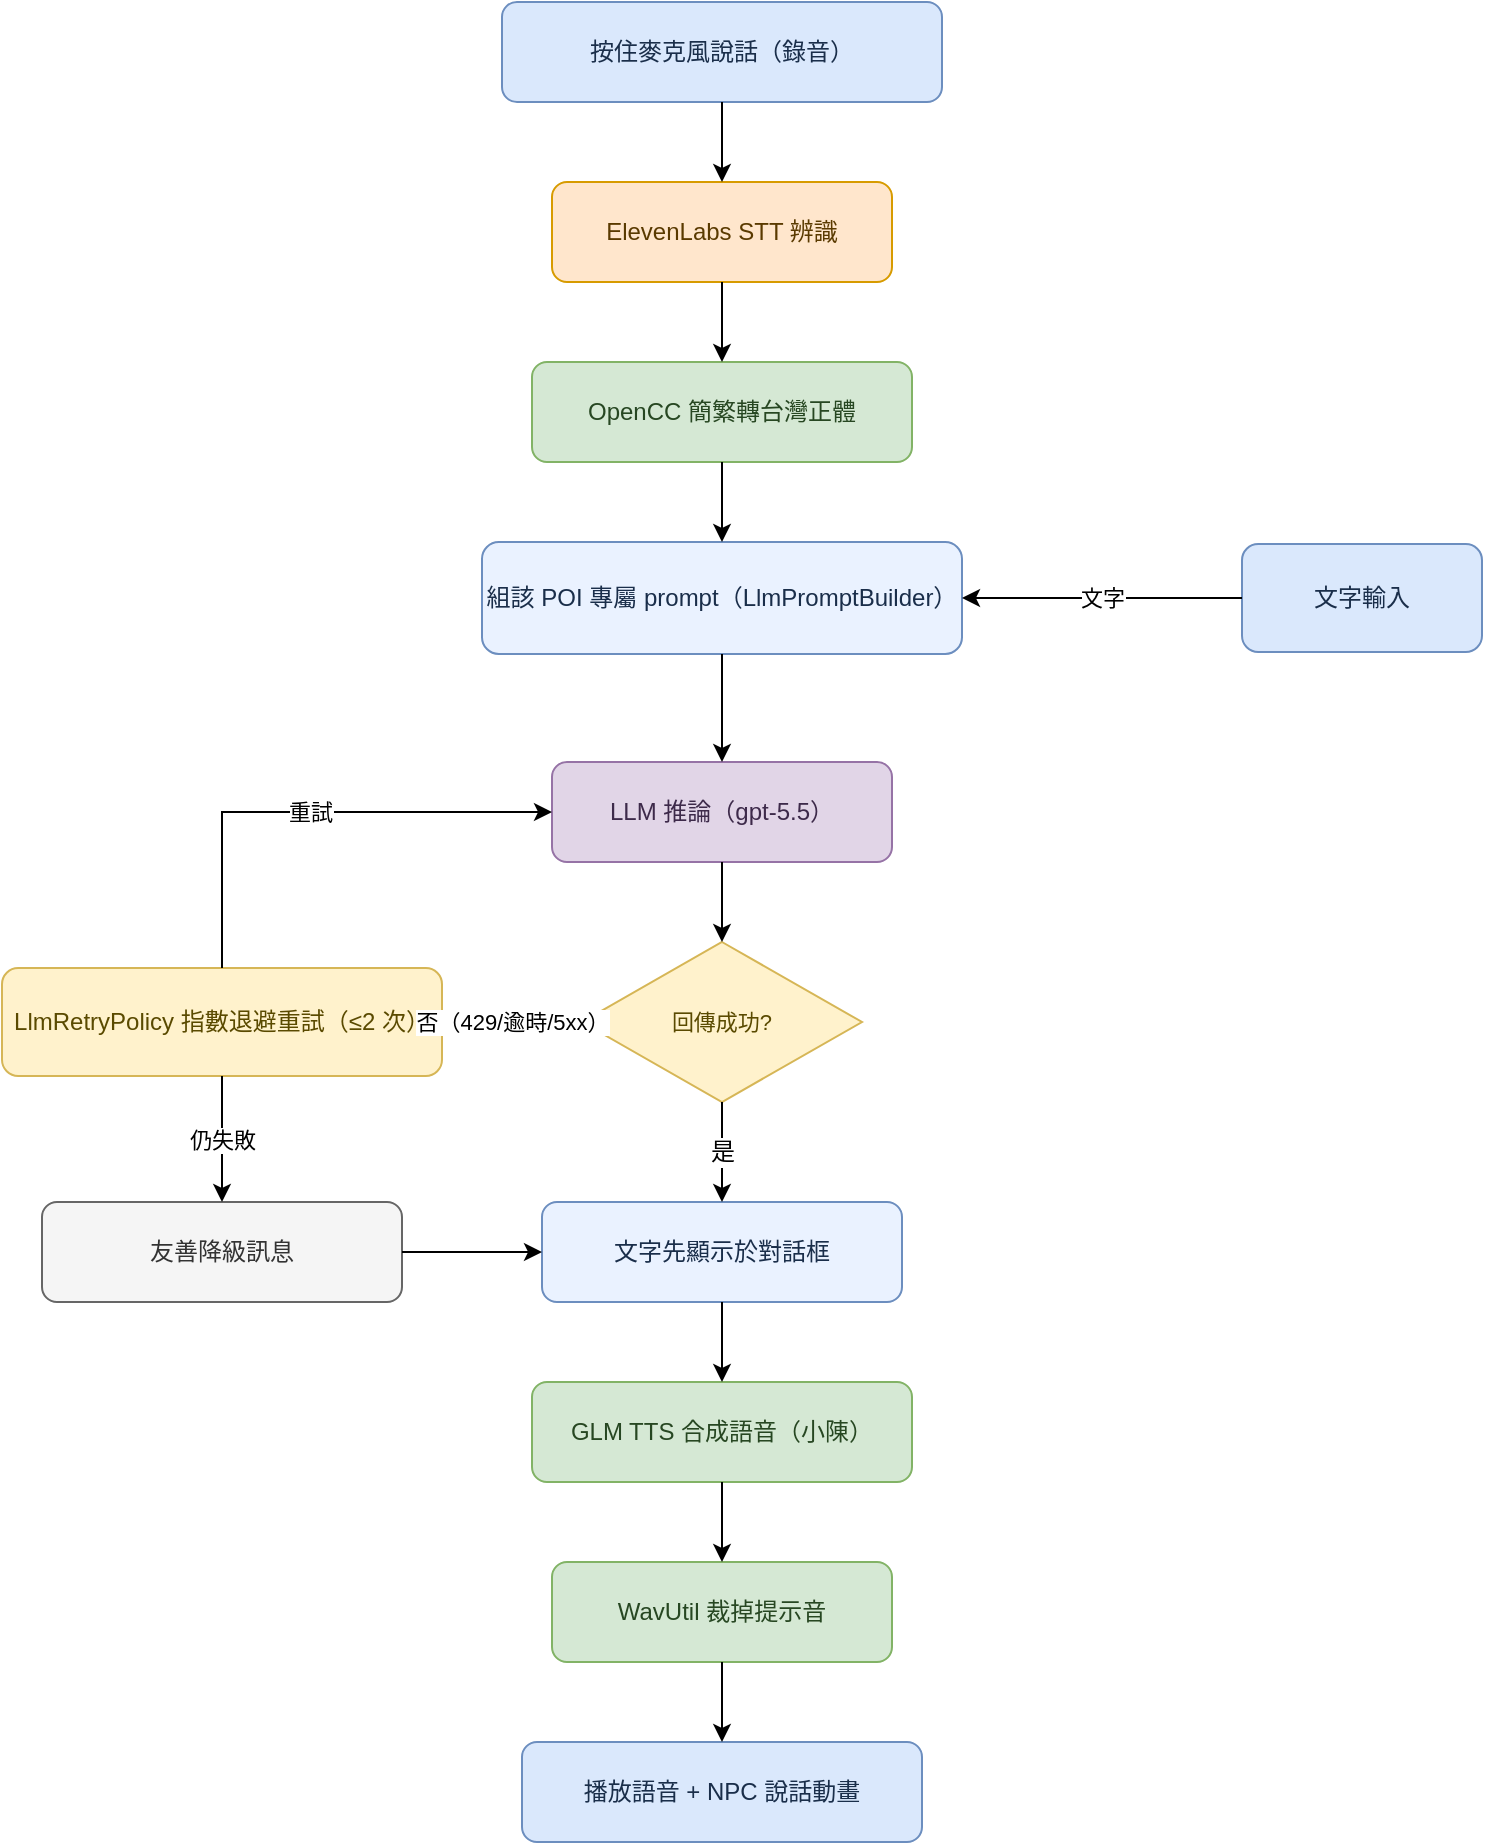
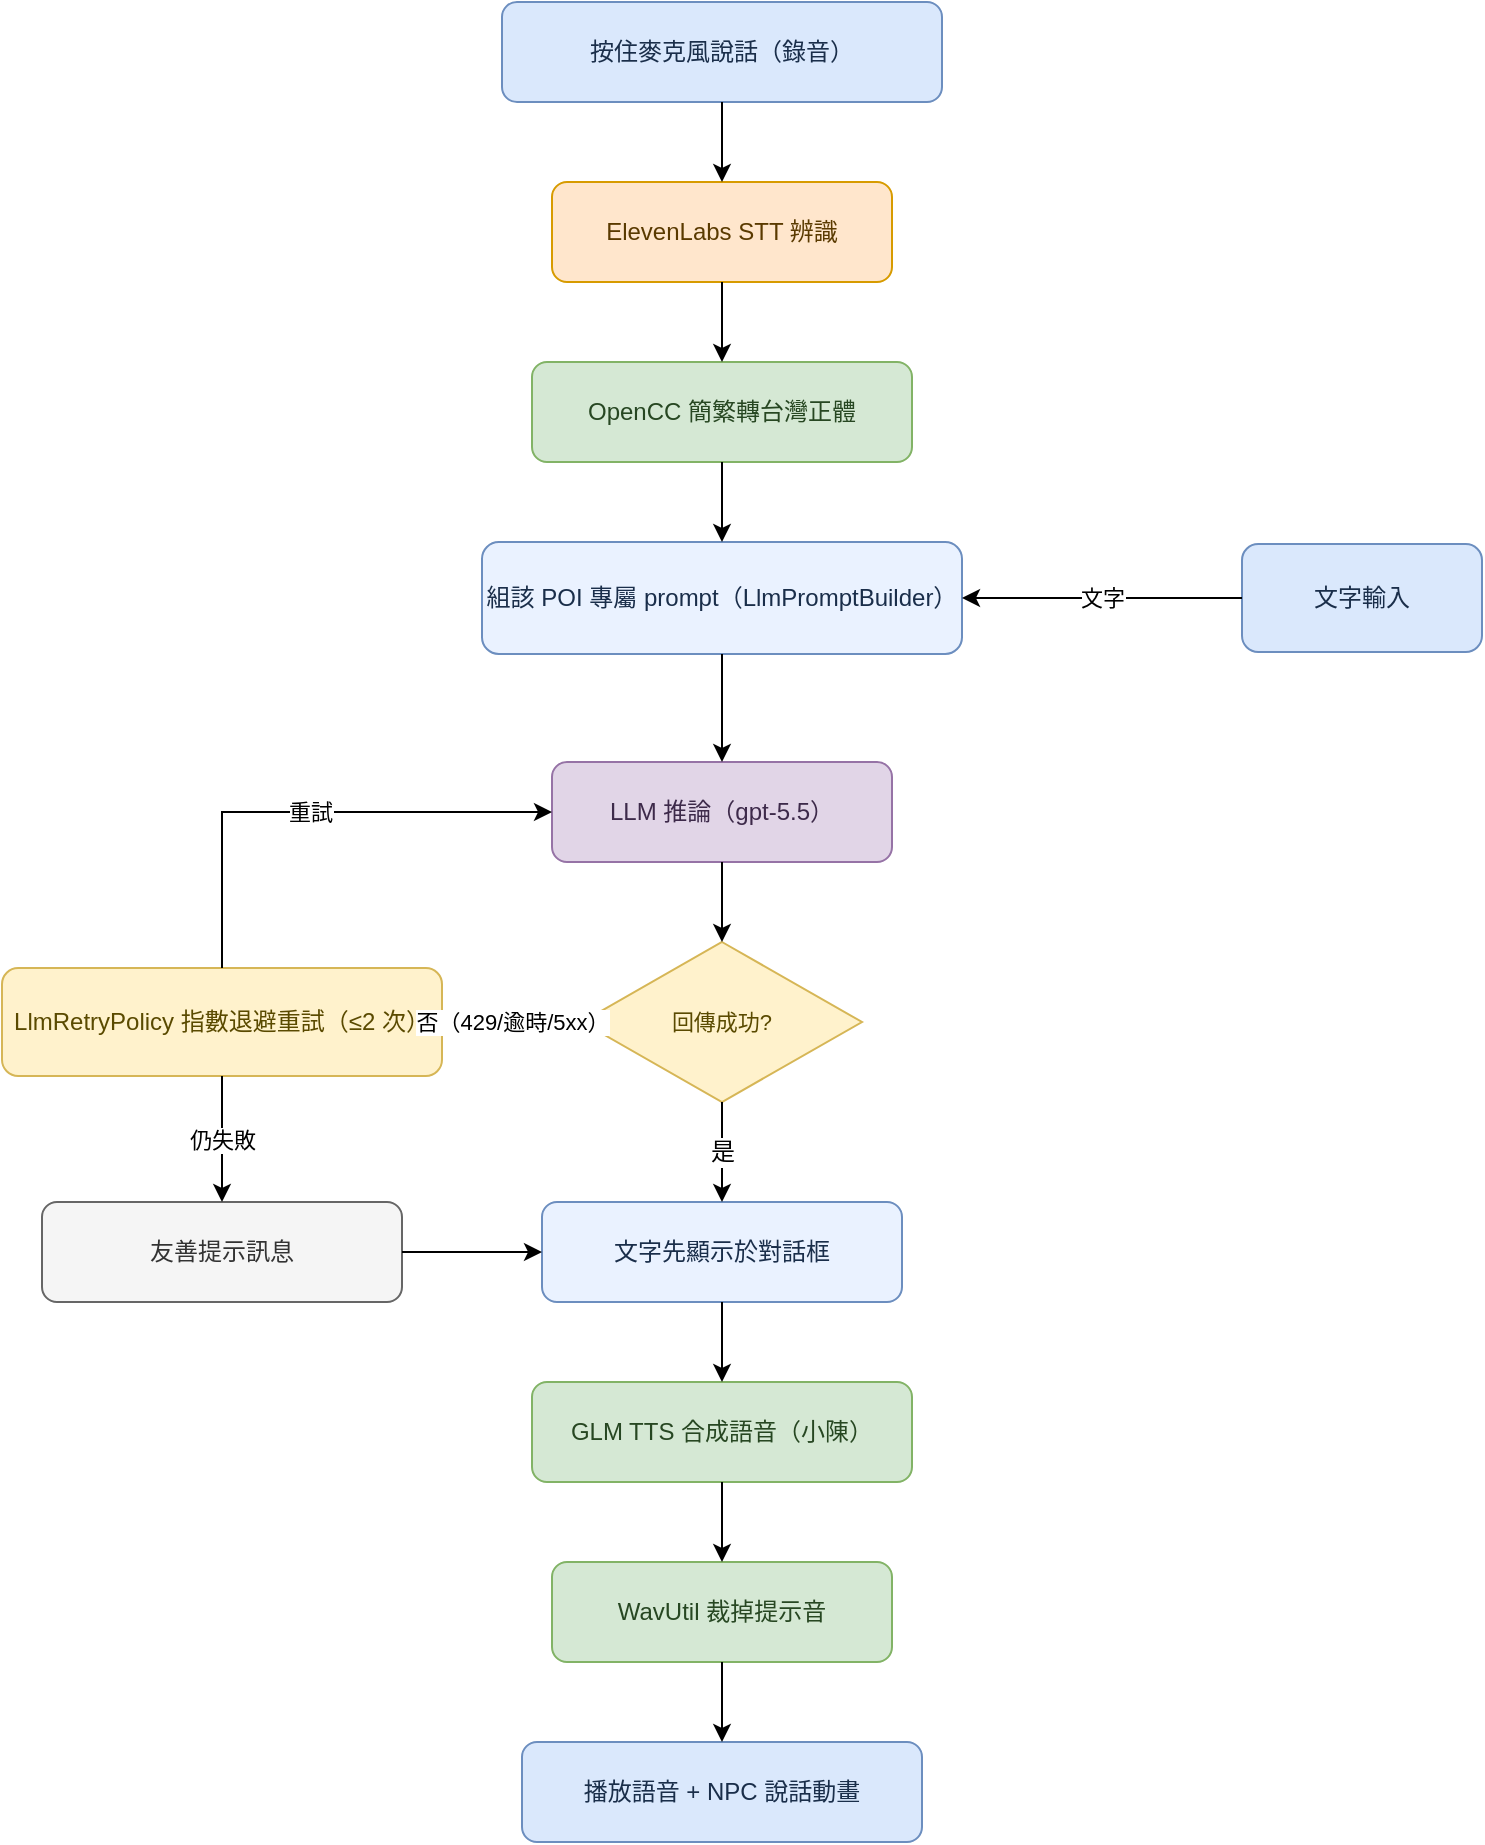
<?xml version="1.0" encoding="UTF-8"?>
<mxfile host="drawio" version="26.0.0"><diagram name="pipeline"><mxGraphModel dx="900" dy="600" grid="0" pageWidth="880" pageHeight="980">
<root><mxCell id="0"/><mxCell id="1" parent="0"/>
<mxCell id="invoice" value="按住麥克風說話（錄音）" style="rounded=1;whiteSpace=wrap;html=1;fillColor=#dae8fc;strokeColor=#6c8ebf;fontColor=#1a2e4a;fontSize=12;" vertex="1" parent="1"><mxGeometry x="320" y="20" width="220" height="50" as="geometry"/></mxCell>
<mxCell id="stt" value="ElevenLabs STT 辨識" style="rounded=1;whiteSpace=wrap;html=1;fillColor=#ffe6cc;strokeColor=#d79b00;fontColor=#5a3a00;fontSize=12;" vertex="1" parent="1"><mxGeometry x="345" y="110" width="170" height="50" as="geometry"/></mxCell>
<mxCell id="opencc" value="OpenCC 簡繁轉台灣正體" style="rounded=1;whiteSpace=wrap;html=1;fillColor=#d5e8d4;strokeColor=#82b366;fontColor=#274722;fontSize=12;" vertex="1" parent="1"><mxGeometry x="335" y="200" width="190" height="50" as="geometry"/></mxCell>
<mxCell id="prompt" value="組該 POI 專屬 prompt（LlmPromptBuilder）" style="rounded=1;whiteSpace=wrap;html=1;fillColor=#eaf2ff;strokeColor=#6c8ebf;fontColor=#1a2e4a;fontSize=12;" vertex="1" parent="1"><mxGeometry x="310" y="290" width="240" height="56" as="geometry"/></mxCell>
<mxCell id="intext" value="文字輸入" style="rounded=1;whiteSpace=wrap;html=1;fillColor=#dae8fc;strokeColor=#6c8ebf;fontColor=#1a2e4a;fontSize=12;" vertex="1" parent="1"><mxGeometry x="690" y="291" width="120" height="54" as="geometry"/></mxCell>
<mxCell id="llm" value="LLM 推論（gpt-5.5）" style="rounded=1;whiteSpace=wrap;html=1;fillColor=#e1d5e7;strokeColor=#9673a6;fontColor=#3d2a4a;fontSize=12;" vertex="1" parent="1"><mxGeometry x="345" y="400" width="170" height="50" as="geometry"/></mxCell>
<mxCell id="dec" value="回傳成功?" style="rhombus;whiteSpace=wrap;html=1;fillColor=#fff2cc;strokeColor=#d6b656;fontColor=#5a4a00;fontSize=11;" vertex="1" parent="1"><mxGeometry x="360" y="490" width="140" height="80" as="geometry"/></mxCell>
<mxCell id="retry" value="LlmRetryPolicy 指數退避重試（≤2 次）" style="rounded=1;whiteSpace=wrap;html=1;fillColor=#fff2cc;strokeColor=#d6b656;fontColor=#5a4a00;fontSize=12;" vertex="1" parent="1"><mxGeometry x="70" y="503" width="220" height="54" as="geometry"/></mxCell>
- <mxCell id="degrade" value="友善降級訊息" style="rounded=1;whiteSpace=wrap;html=1;fillColor=#f5f5f5;strokeColor=#666666;fontColor=#333333;fontSize=12;" vertex="1" parent="1"><mxGeometry x="90" y="620" width="180" height="50" as="geometry"/></mxCell>
+ <mxCell id="degrade" value="友善提示訊息" style="rounded=1;whiteSpace=wrap;html=1;fillColor=#f5f5f5;strokeColor=#666666;fontColor=#333333;fontSize=12;" vertex="1" parent="1"><mxGeometry x="90" y="620" width="180" height="50" as="geometry"/></mxCell>
<mxCell id="text" value="文字先顯示於對話框" style="rounded=1;whiteSpace=wrap;html=1;fillColor=#eaf2ff;strokeColor=#6c8ebf;fontColor=#1a2e4a;fontSize=12;" vertex="1" parent="1"><mxGeometry x="340" y="620" width="180" height="50" as="geometry"/></mxCell>
<mxCell id="tts" value="GLM TTS 合成語音（小陳）" style="rounded=1;whiteSpace=wrap;html=1;fillColor=#d5e8d4;strokeColor=#82b366;fontColor=#274722;fontSize=12;" vertex="1" parent="1"><mxGeometry x="335" y="710" width="190" height="50" as="geometry"/></mxCell>
<mxCell id="trim" value="WavUtil 裁掉提示音" style="rounded=1;whiteSpace=wrap;html=1;fillColor=#d5e8d4;strokeColor=#82b366;fontColor=#274722;fontSize=12;" vertex="1" parent="1"><mxGeometry x="345" y="800" width="170" height="50" as="geometry"/></mxCell>
<mxCell id="play" value="播放語音 + NPC 說話動畫" style="rounded=1;whiteSpace=wrap;html=1;fillColor=#dae8fc;strokeColor=#6c8ebf;fontColor=#1a2e4a;fontSize=12;" vertex="1" parent="1"><mxGeometry x="330" y="890" width="200" height="50" as="geometry"/></mxCell>
<mxCell id="m1" style="edgeStyle=orthogonalEdgeStyle;rounded=0;html=1;endArrow=classic;exitX=0.5;exitY=1;entryX=0.5;entryY=0;" edge="1" parent="1" source="invoice" target="stt"><mxGeometry relative="1" as="geometry"/></mxCell>
<mxCell id="m2" style="edgeStyle=orthogonalEdgeStyle;rounded=0;html=1;endArrow=classic;exitX=0.5;exitY=1;entryX=0.5;entryY=0;" edge="1" parent="1" source="stt" target="opencc"><mxGeometry relative="1" as="geometry"/></mxCell>
<mxCell id="m3" style="edgeStyle=orthogonalEdgeStyle;rounded=0;html=1;endArrow=classic;exitX=0.5;exitY=1;entryX=0.5;entryY=0;" edge="1" parent="1" source="opencc" target="prompt"><mxGeometry relative="1" as="geometry"/></mxCell>
<mxCell id="m4" style="edgeStyle=orthogonalEdgeStyle;rounded=0;html=1;endArrow=classic;exitX=0.5;exitY=1;entryX=0.5;entryY=0;" edge="1" parent="1" source="prompt" target="llm"><mxGeometry relative="1" as="geometry"/></mxCell>
<mxCell id="m5" style="edgeStyle=orthogonalEdgeStyle;rounded=0;html=1;endArrow=classic;exitX=0.5;exitY=1;entryX=0.5;entryY=0;" edge="1" parent="1" source="llm" target="dec"><mxGeometry relative="1" as="geometry"/></mxCell>
<mxCell id="m6" value="是" style="edgeStyle=orthogonalEdgeStyle;rounded=0;html=1;endArrow=classic;fontSize=12;exitX=0.5;exitY=1;entryX=0.5;entryY=0;" edge="1" parent="1" source="dec" target="text"><mxGeometry relative="1" as="geometry"/></mxCell>
<mxCell id="m7" style="edgeStyle=orthogonalEdgeStyle;rounded=0;html=1;endArrow=classic;exitX=0.5;exitY=1;entryX=0.5;entryY=0;" edge="1" parent="1" source="text" target="tts"><mxGeometry relative="1" as="geometry"/></mxCell>
<mxCell id="m8" style="edgeStyle=orthogonalEdgeStyle;rounded=0;html=1;endArrow=classic;exitX=0.5;exitY=1;entryX=0.5;entryY=0;" edge="1" parent="1" source="tts" target="trim"><mxGeometry relative="1" as="geometry"/></mxCell>
<mxCell id="m9" style="edgeStyle=orthogonalEdgeStyle;rounded=0;html=1;endArrow=classic;exitX=0.5;exitY=1;entryX=0.5;entryY=0;" edge="1" parent="1" source="trim" target="play"><mxGeometry relative="1" as="geometry"/></mxCell>
<mxCell id="s1" value="文字" style="edgeStyle=orthogonalEdgeStyle;rounded=0;html=1;endArrow=classic;fontSize=11;exitX=0;exitY=0.5;entryX=1;entryY=0.5;" edge="1" parent="1" source="intext" target="prompt"><mxGeometry relative="1" as="geometry"/></mxCell>
<mxCell id="s2" value="否（429/逾時/5xx）" style="edgeStyle=orthogonalEdgeStyle;rounded=0;html=1;endArrow=classic;fontSize=11;exitX=0;exitY=0.5;entryX=1;entryY=0.5;" edge="1" parent="1" source="dec" target="retry"><mxGeometry relative="1" as="geometry"/></mxCell>
<mxCell id="s3" value="重試" style="edgeStyle=orthogonalEdgeStyle;rounded=0;html=1;endArrow=classic;fontSize=11;exitX=0.5;exitY=0;entryX=0;entryY=0.5;" edge="1" parent="1" source="retry" target="llm"><mxGeometry relative="1" as="geometry"/></mxCell>
<mxCell id="s4" value="仍失敗" style="edgeStyle=orthogonalEdgeStyle;rounded=0;html=1;endArrow=classic;fontSize=11;exitX=0.5;exitY=1;entryX=0.5;entryY=0;" edge="1" parent="1" source="retry" target="degrade"><mxGeometry relative="1" as="geometry"/></mxCell>
<mxCell id="s5" style="edgeStyle=orthogonalEdgeStyle;rounded=0;html=1;endArrow=classic;exitX=1;exitY=0.5;entryX=0;entryY=0.5;" edge="1" parent="1" source="degrade" target="text"><mxGeometry relative="1" as="geometry"/></mxCell>
</root></mxGraphModel></diagram></mxfile>
